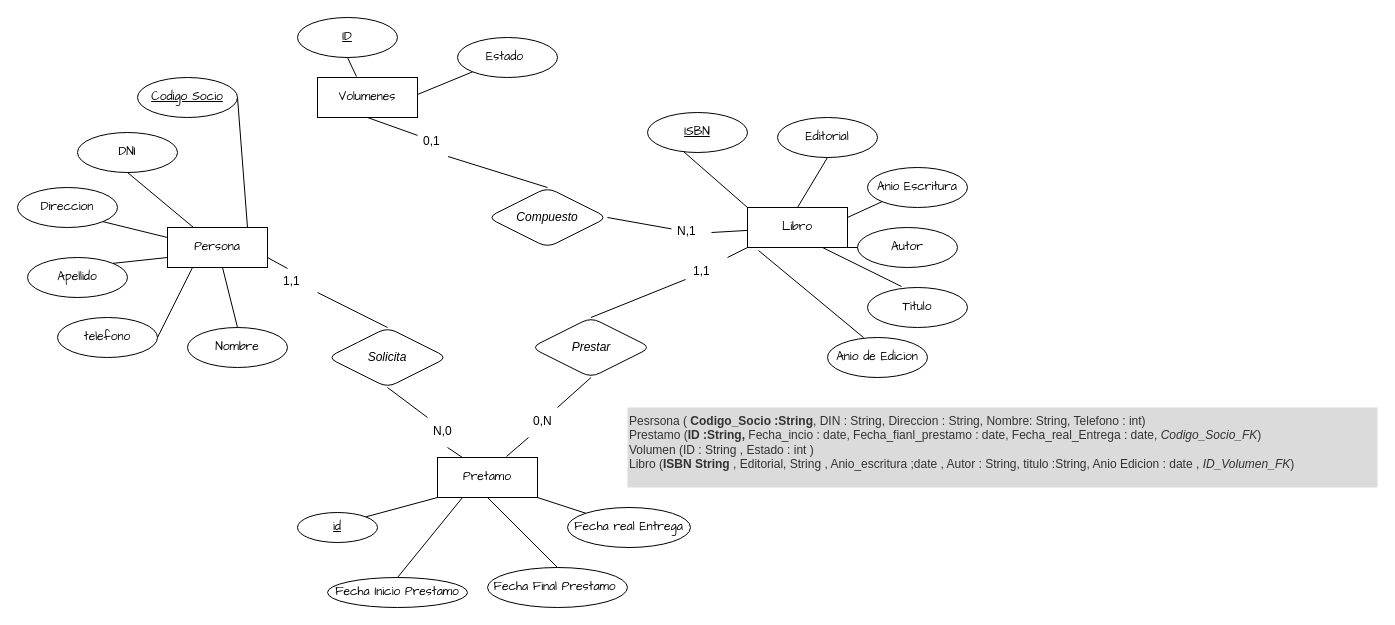
jordimall/jmg-tsys-ta12diagramasER-drawio-111023 keeps this draw.io diagram as Actividad_01_C3_UD12.drawio. Above is the earlier version. Source tidied: cells renumbered, new cells numbered last; positions are measured from the earlier drawing's top-left corner, leaving out a move shared by most shapes. Both pictures are drawn from the tidied source at 100%, with x=0, y=0 at pixel (17, 17).
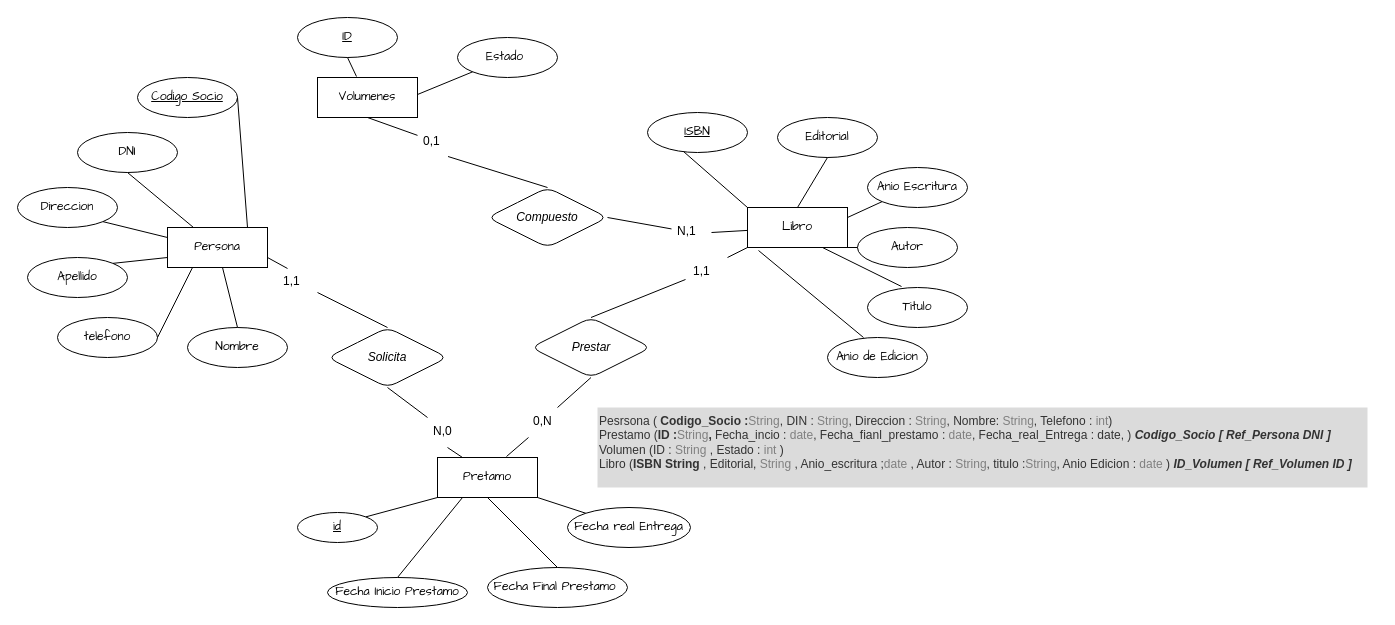
Above is the later version.

Change to the diagram source:
```diff
@@
-    <mxCell id="64" value="&lt;font&gt;&lt;font&gt;Pesrsona ( &lt;b&gt;Codigo_Socio :String&lt;/b&gt;, DIN : String, Direccion : String, Nombre: String, Telefono : int)&lt;br&gt;Prestamo (&lt;b&gt;ID :String, &lt;/b&gt;Fecha_incio : date, Fecha_fianl_prestamo : date, Fecha_real_Entrega : date, &lt;i&gt;Codigo_Socio_FK&lt;/i&gt;)&lt;br&gt;Volumen (ID : String , Estado : int )&lt;br&gt;Libro (&lt;b&gt;ISBN String &lt;/b&gt;, Editorial, String , Anio_escritura ;date , Autor : String, titulo :String, Anio Edicion : date , &lt;i&gt;ID_Volumen_FK&lt;/i&gt;)&amp;nbsp;&lt;br&gt;&lt;br&gt;&lt;/font&gt;&lt;/font&gt;" style="text;html=1;strokeColor=none;fillColor=#dbdbdb;align=left;verticalAlign=top;whiteSpace=wrap;rounded=0;horizontal=1;fontColor=#333333;" parent="1" vertex="1">
-      <mxGeometry x="610" y="390" width="750" height="80" as="geometry" />
+    <mxCell id="64" value="&lt;font&gt;&lt;font&gt;Pesrsona ( &lt;b&gt;Codigo_Socio :&lt;/b&gt;&lt;font style=&quot;&quot; color=&quot;#808080&quot;&gt;String&lt;/font&gt;, DIN : &lt;font color=&quot;#808080&quot;&gt;String&lt;/font&gt;, Direccion : &lt;font color=&quot;#808080&quot;&gt;String&lt;/font&gt;, Nombre:&lt;font color=&quot;#808080&quot;&gt; String&lt;/font&gt;, Telefono :&lt;font color=&quot;#808080&quot;&gt; int&lt;/font&gt;)&lt;br&gt;Prestamo (&lt;b&gt;ID :&lt;/b&gt;&lt;font style=&quot;&quot; color=&quot;#808080&quot;&gt;String&lt;/font&gt;&lt;b&gt;, &lt;/b&gt;Fecha_incio :&lt;font color=&quot;#808080&quot;&gt; date&lt;/font&gt;, Fecha_fianl_prestamo : &lt;font color=&quot;#808080&quot;&gt;date&lt;/font&gt;, Fecha_real_Entrega : date, )&amp;nbsp;&lt;i style=&quot;border-color: var(--border-color);&quot;&gt;&lt;b&gt;Codigo_Socio [ Ref_Persona DNI ]&lt;/b&gt;&lt;/i&gt;&lt;br&gt;Volumen (ID : &lt;font color=&quot;#808080&quot;&gt;String&lt;/font&gt; , Estado : &lt;font color=&quot;#808080&quot;&gt;int&lt;/font&gt; )&lt;br&gt;Libro (&lt;b&gt;ISBN String &lt;/b&gt;, Editorial, &lt;font color=&quot;#808080&quot;&gt;String&lt;/font&gt; , Anio_escritura ;&lt;font color=&quot;#808080&quot;&gt;date&lt;/font&gt; , Autor : &lt;font color=&quot;#808080&quot;&gt;String&lt;/font&gt;, titulo :&lt;font color=&quot;#808080&quot;&gt;String&lt;/font&gt;, Anio Edicion : &lt;font color=&quot;#808080&quot;&gt;date&lt;/font&gt; )&lt;b&gt;&amp;nbsp;&lt;i style=&quot;border-color: var(--border-color);&quot;&gt;ID_Volumen [ Ref_Volumen ID ]&lt;/i&gt;&lt;br&gt;&lt;/b&gt;&lt;br&gt;&lt;/font&gt;&lt;/font&gt;" style="text;html=1;strokeColor=none;fillColor=#dbdbdb;align=left;verticalAlign=top;whiteSpace=wrap;rounded=0;horizontal=1;fontColor=#333333;" parent="1" vertex="1">
+      <mxGeometry x="580" y="390" width="770" height="80" as="geometry" />
     </mxCell>
```
